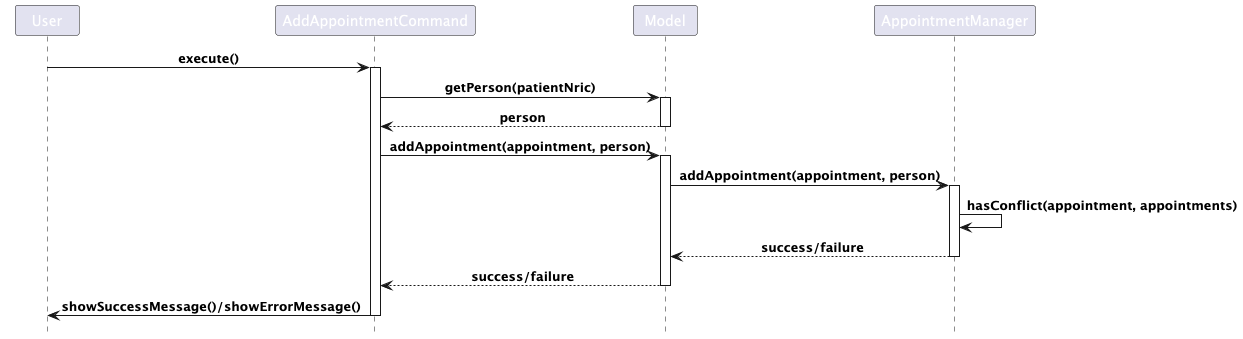
Earlier version of the PlantUML export docs/images/AddAppointmentSequenceDiagram.png (nus-cs2103-AY2425S1/tp).
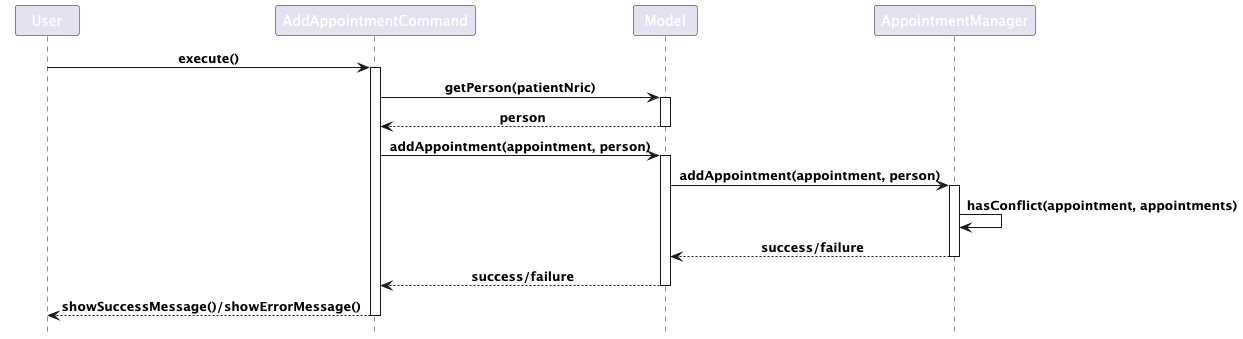
The same file after the commit.

The edit, as a diff of the source:
```diff
@@ -29,6 +29,6 @@
 Model --> AddAppCommand: success/failure
 deactivate Model
 
-AddAppCommand -> User: showSuccessMessage()/showErrorMessage()
+AddAppCommand --> User: showSuccessMessage()/showErrorMessage()
 deactivate AddAppCommand
 @enduml
```
